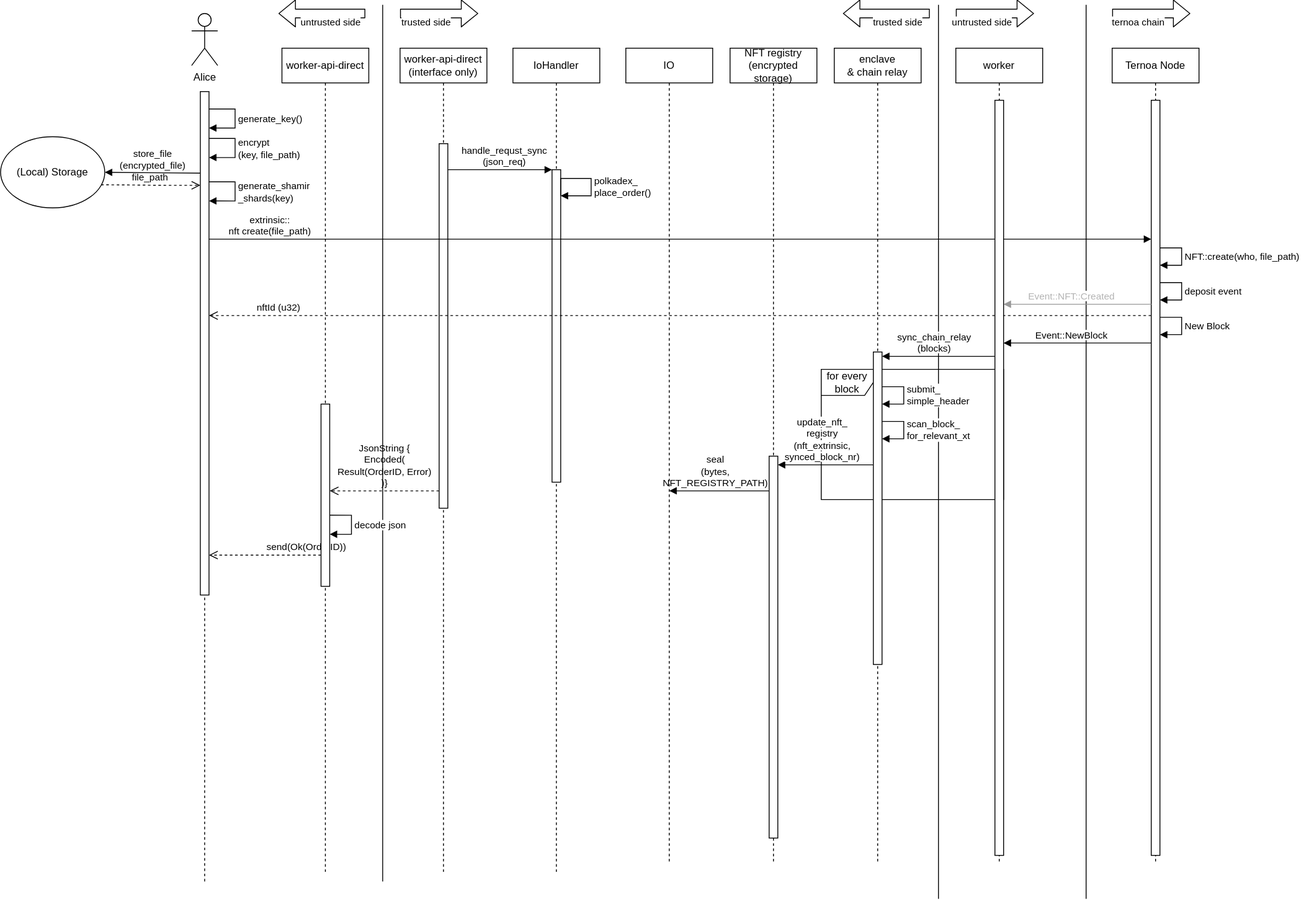
Before: capsule_sequence_diagram.svg, a diagram exported from draw.io (haerdib/substraTEE_diagramms). Source tidied: cells renumbered, new cells last; positions are measured from the earlier drawing's top-left corner, leaving out a move shared by most shapes.
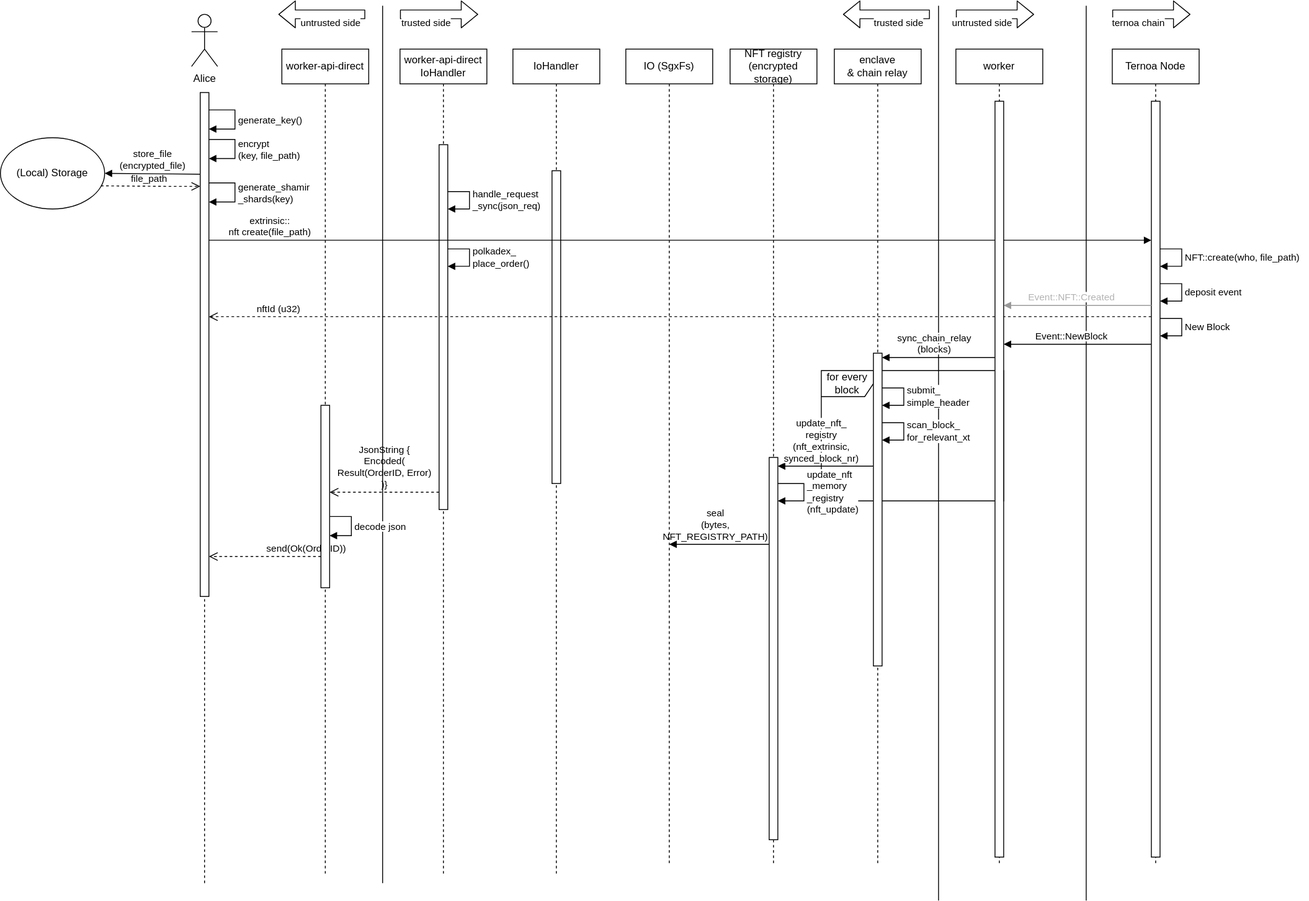
After the change.

Change to the diagram source:
```diff
@@ -47,9 +47,6 @@
         <mxPoint x="-28.6" y="13" as="offset" />
       </mxGeometry>
     </mxCell>
-    <mxCell id="11" value="&lt;div&gt;handle_requst_sync&lt;/div&gt;&lt;div&gt;(json_req)&lt;/div&gt;" style="html=1;verticalAlign=bottom;endArrow=block;entryX=0;entryY=0;labelBackgroundColor=none;strokeColor=#000000;fontColor=#000000;" parent="1" edge="1" source="20" target="17">
-      <mxGeometry x="0.08" relative="1" as="geometry" />
-    </mxCell>
     <mxCell id="12" value="&lt;div&gt;worker-api-direct&lt;/div&gt;" style="shape=umlLifeline;perimeter=lifelinePerimeter;whiteSpace=wrap;html=1;fontColor=#000000;" parent="1" vertex="1">
       <mxGeometry x="324" y="50" width="100" height="950" as="geometry" />
     </mxCell>
@@ -66,7 +63,7 @@
         </Array>
       </mxGeometry>
     </mxCell>
-    <mxCell id="15" value="&lt;div&gt;worker-api-direct&lt;br&gt;(interface only)&lt;/div&gt;" style="shape=umlLifeline;perimeter=lifelinePerimeter;whiteSpace=wrap;html=1;fontColor=#000000;" parent="1" vertex="1">
+    <mxCell id="15" value="&lt;div&gt;worker-api-direct&lt;br&gt;IoHandler&lt;br&gt;&lt;/div&gt;" style="shape=umlLifeline;perimeter=lifelinePerimeter;whiteSpace=wrap;html=1;fontColor=#000000;" parent="1" vertex="1">
       <mxGeometry x="460" y="50" width="100" height="950" as="geometry" />
     </mxCell>
     <mxCell id="16" value="IoHandler" style="shape=umlLifeline;perimeter=lifelinePerimeter;whiteSpace=wrap;html=1;fontColor=#000000;" parent="1" vertex="1">
@@ -75,17 +72,7 @@
     <mxCell id="17" style="html=1;points=[];perimeter=orthogonalPerimeter;fontColor=#000000;" parent="16" vertex="1">
       <mxGeometry x="45" y="140" width="10" height="360" as="geometry" />
     </mxCell>
-    <mxCell id="18" value="&lt;div&gt;polkadex_&lt;/div&gt;&lt;div&gt;place_order()&lt;/div&gt;" style="edgeStyle=orthogonalEdgeStyle;html=1;align=left;spacingLeft=2;endArrow=block;rounded=0;labelBackgroundColor=none;strokeColor=#000000;fontColor=#000000;" parent="16" edge="1">
-      <mxGeometry x="0.18" relative="1" as="geometry">
-        <mxPoint x="55" y="170" as="sourcePoint" />
-        <mxPoint x="55" y="170" as="targetPoint" />
-        <Array as="points">
-          <mxPoint x="90" y="150" />
-          <mxPoint x="90" y="170" />
-        </Array>
-      </mxGeometry>
-    </mxCell>
-    <mxCell id="19" value="IO" style="shape=umlLifeline;perimeter=lifelinePerimeter;whiteSpace=wrap;html=1;fontColor=#000000;" parent="1" vertex="1">
+    <mxCell id="19" value="IO (SgxFs)" style="shape=umlLifeline;perimeter=lifelinePerimeter;whiteSpace=wrap;html=1;fontColor=#000000;" parent="1" vertex="1">
       <mxGeometry x="720" y="50" width="100" height="940" as="geometry" />
     </mxCell>
     <mxCell id="20" style="html=1;points=[];perimeter=orthogonalPerimeter;fontColor=#000000;" parent="1" vertex="1">
@@ -174,6 +161,14 @@
     <mxCell id="36" style="html=1;points=[];perimeter=orthogonalPerimeter;fontColor=#000000;" parent="35" vertex="1">
       <mxGeometry x="45" y="470" width="10" height="440" as="geometry" />
     </mxCell>
+    <mxCell id="58" value="&lt;div&gt;update_nft&lt;/div&gt;&lt;div&gt;_memory&lt;/div&gt;&lt;div&gt;_registry&lt;br&gt;(nft_update)&lt;br&gt;&lt;/div&gt;" style="edgeStyle=orthogonalEdgeStyle;html=1;align=left;spacingLeft=2;endArrow=block;rounded=0;" parent="35" edge="1" source="36" target="36">
+      <mxGeometry relative="1" as="geometry">
+        <Array as="points">
+          <mxPoint x="85" y="500" />
+          <mxPoint x="85" y="520" />
+        </Array>
+      </mxGeometry>
+    </mxCell>
     <mxCell id="37" value="&lt;div&gt;encrypt&lt;/div&gt;&lt;div&gt;(key, file_path)&lt;/div&gt;" style="edgeStyle=orthogonalEdgeStyle;html=1;align=left;spacingLeft=2;endArrow=block;rounded=0;labelBackgroundColor=none;strokeColor=#000000;fontColor=#000000;" parent="1" edge="1">
       <mxGeometry x="0.03" relative="1" as="geometry">
         <mxPoint x="240" y="154" as="sourcePoint" />
@@ -301,10 +296,29 @@
         <mxPoint x="895" y="530" as="targetPoint" />
       </mxGeometry>
     </mxCell>
-    <mxCell id="57" value="seal&lt;br&gt;&lt;div&gt;(bytes,&lt;/div&gt;&lt;div&gt;NFT_REGISTRY_PATH)&lt;/div&gt;" style="html=1;verticalAlign=bottom;endArrow=block;labelBackgroundColor=none;strokeColor=#000000;fontColor=#000000;" parent="1" edge="1" source="36">
+    <mxCell id="57" value="seal&lt;br&gt;&lt;div&gt;(bytes,&lt;/div&gt;&lt;div&gt;NFT_REGISTRY_PATH)&lt;/div&gt;" style="html=1;verticalAlign=bottom;endArrow=block;labelBackgroundColor=none;strokeColor=#000000;fontColor=#000000;" parent="1" edge="1">
       <mxGeometry x="0.08" relative="1" as="geometry">
-        <mxPoint x="770" y="560" as="targetPoint" />
+        <mxPoint x="885" y="620" as="sourcePoint" />
+        <mxPoint x="770" y="620" as="targetPoint" />
       </mxGeometry>
     </mxCell>
+    <mxCell id="59" value="&lt;div&gt;handle_request&lt;/div&gt;&lt;div&gt;_sync(json_req)&lt;br&gt;&lt;/div&gt;" style="edgeStyle=orthogonalEdgeStyle;html=1;align=left;spacingLeft=2;endArrow=block;rounded=0;" parent="1" edge="1" source="20" target="20">
+      <mxGeometry relative="1" as="geometry">
+        <Array as="points">
+          <mxPoint x="540" y="214" />
+          <mxPoint x="540" y="234" />
+        </Array>
+      </mxGeometry>
+    </mxCell>
+    <mxCell id="18" value="&lt;div&gt;polkadex_&lt;/div&gt;&lt;div&gt;place_order()&lt;/div&gt;" style="edgeStyle=orthogonalEdgeStyle;html=1;align=left;spacingLeft=2;endArrow=block;rounded=0;" parent="1" edge="1">
+      <mxGeometry relative="1" as="geometry">
+        <mxPoint x="515" y="280" as="sourcePoint" />
+        <mxPoint x="515" y="300" as="targetPoint" />
+        <Array as="points">
+          <mxPoint x="540" y="280" />
+          <mxPoint x="540" y="300" />
+        </Array>
+      </mxGeometry>
+    </mxCell>
   </root>
 </mxGraphModel>
```
